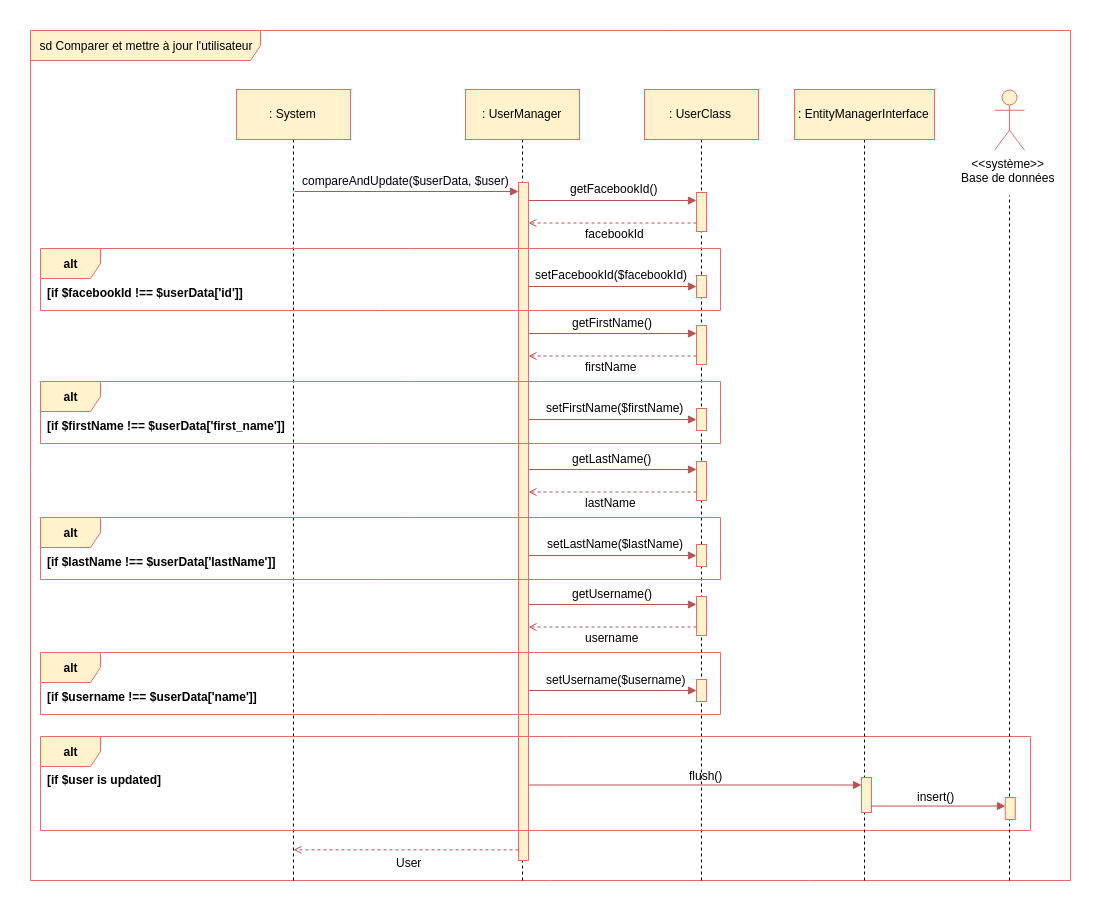
Earlier version of the draw.io export Diagrammes/Comparer_mettre_a_jour_utilisateur.png (Thibok/Frontend_Bilemo). Source tidied: cells renumbered, new cells last; positions are measured from the earlier drawing's top-left corner, leaving out a move shared by most shapes.
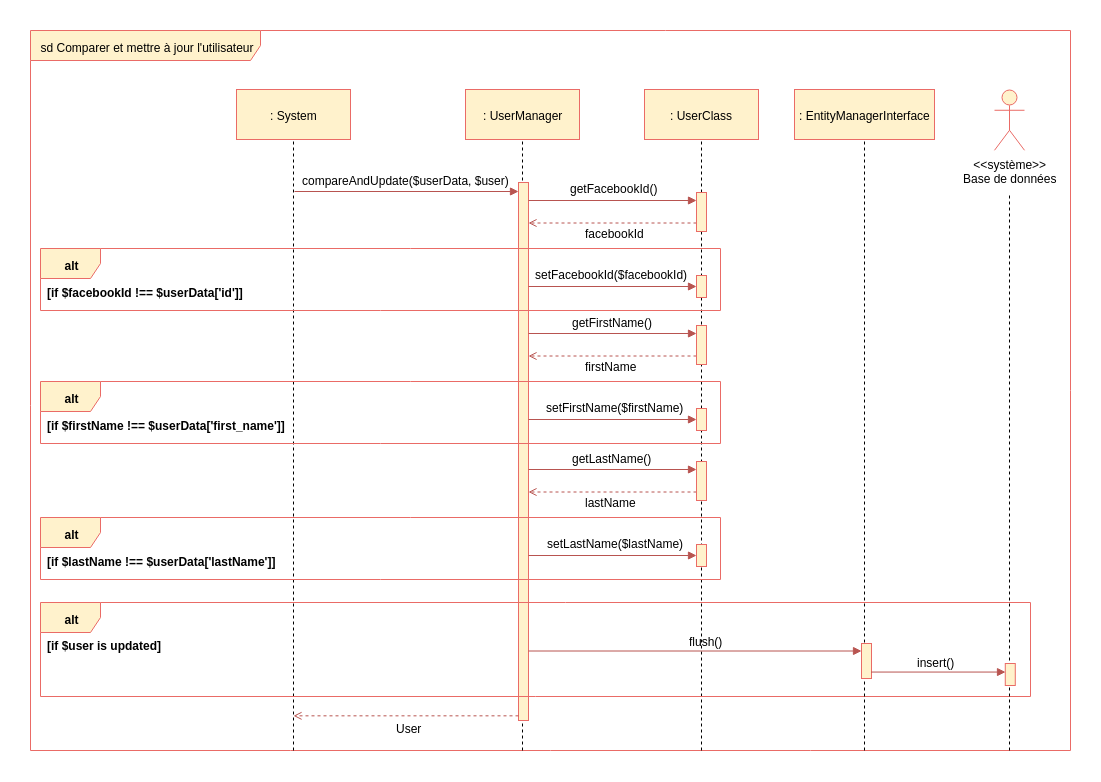
After the commit.

Change to the diagram source:
```diff
@@ -3,17 +3,17 @@
     <mxCell id="0" />
     <mxCell id="1" parent="0" />
     <mxCell id="2" value="sd Comparer et mettre à jour l'utilisateur&lt;br&gt;" style="shape=umlFrame;whiteSpace=wrap;html=1;width=230;height=30;fillColor=#fff2cc;strokeColor=#EA6B66;" parent="1" vertex="1">
-      <mxGeometry width="1040" height="850" as="geometry" />
+      <mxGeometry width="1040" height="720" as="geometry" />
     </mxCell>
     <mxCell id="3" style="endArrow=none;dashed=1;html=1;entryX=0.5;entryY=1;exitX=0.197;exitY=1.001;exitPerimeter=0;" parent="1" edge="1">
       <mxGeometry relative="1" as="geometry">
-        <mxPoint x="492" y="850" as="sourcePoint" />
+        <mxPoint x="492" y="720" as="sourcePoint" />
         <mxPoint x="492" y="105.3" as="targetPoint" />
       </mxGeometry>
     </mxCell>
     <mxCell id="4" style="endArrow=none;dashed=1;html=1;entryX=0.5;entryY=1;" parent="1" edge="1">
       <mxGeometry relative="1" as="geometry">
-        <mxPoint x="263" y="850" as="sourcePoint" />
+        <mxPoint x="263" y="720" as="sourcePoint" />
         <mxPoint x="263" y="102" as="targetPoint" />
       </mxGeometry>
     </mxCell>
@@ -21,7 +21,7 @@
       <mxGeometry x="435" y="59" width="114" height="50" as="geometry" />
     </mxCell>
     <mxCell id="6" style="html=1;perimeter=orthogonalPerimeter;fillColor=#fff2cc;strokeColor=#EA6B66;" parent="1" vertex="1">
-      <mxGeometry x="488" y="152" width="10" height="678" as="geometry" />
+      <mxGeometry x="488" y="152" width="10" height="538" as="geometry" />
     </mxCell>
     <mxCell id="7" style="endArrow=block;html=1;endFill=1;fillColor=#f8cecc;strokeColor=#b85450;" parent="1" edge="1">
       <mxGeometry relative="1" as="geometry">
@@ -34,7 +34,7 @@
     </mxCell>
     <mxCell id="9" style="endArrow=none;dashed=1;html=1;entryX=0.5;entryY=1;" parent="1" edge="1">
       <mxGeometry relative="1" as="geometry">
-        <mxPoint x="671" y="850" as="sourcePoint" />
+        <mxPoint x="671" y="720" as="sourcePoint" />
         <mxPoint x="671" y="92.8" as="targetPoint" />
       </mxGeometry>
     </mxCell>
@@ -164,54 +164,15 @@
     <mxCell id="42" style="html=1;perimeter=orthogonalPerimeter;fillColor=#fff2cc;strokeColor=#EA6B66;" parent="1" vertex="1">
       <mxGeometry x="666" y="514" width="10" height="22" as="geometry" />
     </mxCell>
-    <mxCell id="43" style="endArrow=open;html=1;endFill=0;fillColor=#f8cecc;strokeColor=#b85450;dashed=1;exitX=0.7;exitY=0.804;exitPerimeter=0;" parent="1" edge="1">
-      <mxGeometry relative="1" as="geometry">
-        <mxPoint x="666" y="596.5" as="sourcePoint" />
-        <mxPoint x="498" y="596.5" as="targetPoint" />
-      </mxGeometry>
-    </mxCell>
-    <mxCell id="44" value="&lt;div&gt;&lt;span&gt;getUsername()&lt;/span&gt;&lt;/div&gt;" style="text;html=1;align=left;verticalAlign=top;spacingTop=-4;fontStyle=0;" parent="1" vertex="1">
-      <mxGeometry x="540" y="554" width="100" height="10" as="geometry" />
-    </mxCell>
-    <mxCell id="45" style="endArrow=block;html=1;endFill=1;fillColor=#f8cecc;strokeColor=#b85450;" parent="1" edge="1">
-      <mxGeometry relative="1" as="geometry">
-        <mxPoint x="498" y="574" as="sourcePoint" />
-        <mxPoint x="666" y="574" as="targetPoint" />
-      </mxGeometry>
-    </mxCell>
-    <mxCell id="46" style="html=1;perimeter=orthogonalPerimeter;fillColor=#fff2cc;strokeColor=#EA6B66;" parent="1" vertex="1">
-      <mxGeometry x="666" y="566" width="10" height="39" as="geometry" />
-    </mxCell>
-    <mxCell id="47" value="username" style="text;html=1;align=left;verticalAlign=top;spacingTop=-4;" parent="1" vertex="1">
-      <mxGeometry x="552.5" y="598" width="70" height="10" as="geometry" />
-    </mxCell>
-    <mxCell id="48" value="alt" style="shape=umlFrame;whiteSpace=wrap;html=1;fontColor=#000000;fillColor=#fff2cc;strokeColor=#EA6B66;fontStyle=1;" parent="1" vertex="1">
-      <mxGeometry x="10" y="622" width="680" height="62" as="geometry" />
-    </mxCell>
-    <mxCell id="49" value="[if $username !== $userData['name']]" style="text;html=1;align=left;verticalAlign=top;spacingTop=-4;fontStyle=1;" parent="1" vertex="1">
-      <mxGeometry x="15" y="657" width="210" height="10" as="geometry" />
-    </mxCell>
-    <mxCell id="50" value="&lt;div&gt;&lt;span&gt;setUsername($username)&lt;/span&gt;&lt;/div&gt;" style="text;html=1;align=left;verticalAlign=top;spacingTop=-4;fontStyle=0;" parent="1" vertex="1">
-      <mxGeometry x="514" y="640" width="150" height="10" as="geometry" />
-    </mxCell>
-    <mxCell id="51" style="endArrow=block;html=1;endFill=1;fillColor=#f8cecc;strokeColor=#b85450;" parent="1" edge="1">
-      <mxGeometry relative="1" as="geometry">
-        <mxPoint x="498" y="660" as="sourcePoint" />
-        <mxPoint x="666" y="660" as="targetPoint" />
-      </mxGeometry>
-    </mxCell>
-    <mxCell id="52" style="html=1;perimeter=orthogonalPerimeter;fillColor=#fff2cc;strokeColor=#EA6B66;" parent="1" vertex="1">
-      <mxGeometry x="666" y="649" width="10" height="22" as="geometry" />
-    </mxCell>
     <mxCell id="53" value="alt" style="shape=umlFrame;whiteSpace=wrap;html=1;fontColor=#000000;fillColor=#fff2cc;strokeColor=#EA6B66;fontStyle=1;" parent="1" vertex="1">
-      <mxGeometry x="10" y="706" width="990" height="94" as="geometry" />
+      <mxGeometry x="10" y="572" width="990" height="94" as="geometry" />
     </mxCell>
     <mxCell id="54" value="[if $user is updated]" style="text;html=1;align=left;verticalAlign=top;spacingTop=-4;fontStyle=1;" parent="1" vertex="1">
-      <mxGeometry x="15" y="740" width="120" height="10" as="geometry" />
+      <mxGeometry x="15" y="606" width="120" height="10" as="geometry" />
     </mxCell>
     <mxCell id="55" style="endArrow=none;dashed=1;html=1;entryX=0.5;entryY=1;" parent="1" edge="1">
       <mxGeometry relative="1" as="geometry">
-        <mxPoint x="834" y="850" as="sourcePoint" />
+        <mxPoint x="834" y="720" as="sourcePoint" />
         <mxPoint x="834" y="102.8" as="targetPoint" />
       </mxGeometry>
     </mxCell>
@@ -219,43 +180,43 @@
       <mxGeometry x="764" y="59" width="140" height="50" as="geometry" />
     </mxCell>
     <mxCell id="57" style="html=1;perimeter=orthogonalPerimeter;fillColor=#fff2cc;strokeColor=#EA6B66;" parent="1" vertex="1">
-      <mxGeometry x="831" y="747" width="10" height="35" as="geometry" />
+      <mxGeometry x="831" y="613" width="10" height="35" as="geometry" />
     </mxCell>
     <mxCell id="58" style="endArrow=block;html=1;endFill=1;fillColor=#f8cecc;strokeColor=#b85450;" parent="1" edge="1">
       <mxGeometry relative="1" as="geometry">
-        <mxPoint x="498" y="754.5" as="sourcePoint" />
-        <mxPoint x="831" y="754.5" as="targetPoint" />
+        <mxPoint x="498" y="620.5" as="sourcePoint" />
+        <mxPoint x="831" y="620.5" as="targetPoint" />
       </mxGeometry>
     </mxCell>
     <mxCell id="59" value="flush()" style="text;html=1;align=left;verticalAlign=top;spacingTop=-4;" parent="1" vertex="1">
-      <mxGeometry x="657" y="736" width="50" height="10" as="geometry" />
+      <mxGeometry x="657" y="602" width="50" height="10" as="geometry" />
     </mxCell>
     <mxCell id="60" style="endArrow=none;dashed=1;html=1;entryX=0.5;entryY=1;" parent="1" edge="1">
       <mxGeometry relative="1" as="geometry">
-        <mxPoint x="979" y="850" as="sourcePoint" />
+        <mxPoint x="979" y="720" as="sourcePoint" />
         <mxPoint x="979" y="165" as="targetPoint" />
       </mxGeometry>
     </mxCell>
     <mxCell id="61" style="html=1;perimeter=orthogonalPerimeter;fillColor=#fff2cc;strokeColor=#EA6B66;" parent="1" vertex="1">
-      <mxGeometry x="974.8" y="767" width="10" height="22" as="geometry" />
+      <mxGeometry x="974.8" y="633" width="10" height="22" as="geometry" />
     </mxCell>
     <mxCell id="62" style="endArrow=block;html=1;endFill=1;fillColor=#f8cecc;strokeColor=#b85450;" parent="1" edge="1">
       <mxGeometry relative="1" as="geometry">
-        <mxPoint x="840.5" y="775.6" as="sourcePoint" />
-        <mxPoint x="975" y="775.6" as="targetPoint" />
+        <mxPoint x="840.5" y="641.6" as="sourcePoint" />
+        <mxPoint x="975" y="641.6" as="targetPoint" />
       </mxGeometry>
     </mxCell>
     <mxCell id="63" value="insert()" style="text;html=1;align=left;verticalAlign=top;spacingTop=-4;" parent="1" vertex="1">
-      <mxGeometry x="884.5" y="757" width="50" height="10" as="geometry" />
+      <mxGeometry x="884.5" y="623" width="50" height="10" as="geometry" />
     </mxCell>
     <mxCell id="64" style="endArrow=open;html=1;endFill=0;fillColor=#f8cecc;strokeColor=#b85450;dashed=1;exitX=0.7;exitY=0.804;exitPerimeter=0;" parent="1" edge="1">
       <mxGeometry relative="1" as="geometry">
-        <mxPoint x="488" y="819.3" as="sourcePoint" />
-        <mxPoint x="263" y="819.3" as="targetPoint" />
+        <mxPoint x="488" y="685.3" as="sourcePoint" />
+        <mxPoint x="263" y="685.3" as="targetPoint" />
       </mxGeometry>
     </mxCell>
     <mxCell id="65" value="User" style="text;html=1;align=left;verticalAlign=top;spacingTop=-4;" parent="1" vertex="1">
-      <mxGeometry x="364" y="823" width="40" height="10" as="geometry" />
+      <mxGeometry x="364" y="689" width="40" height="10" as="geometry" />
     </mxCell>
   </root>
 </mxGraphModel>
```
